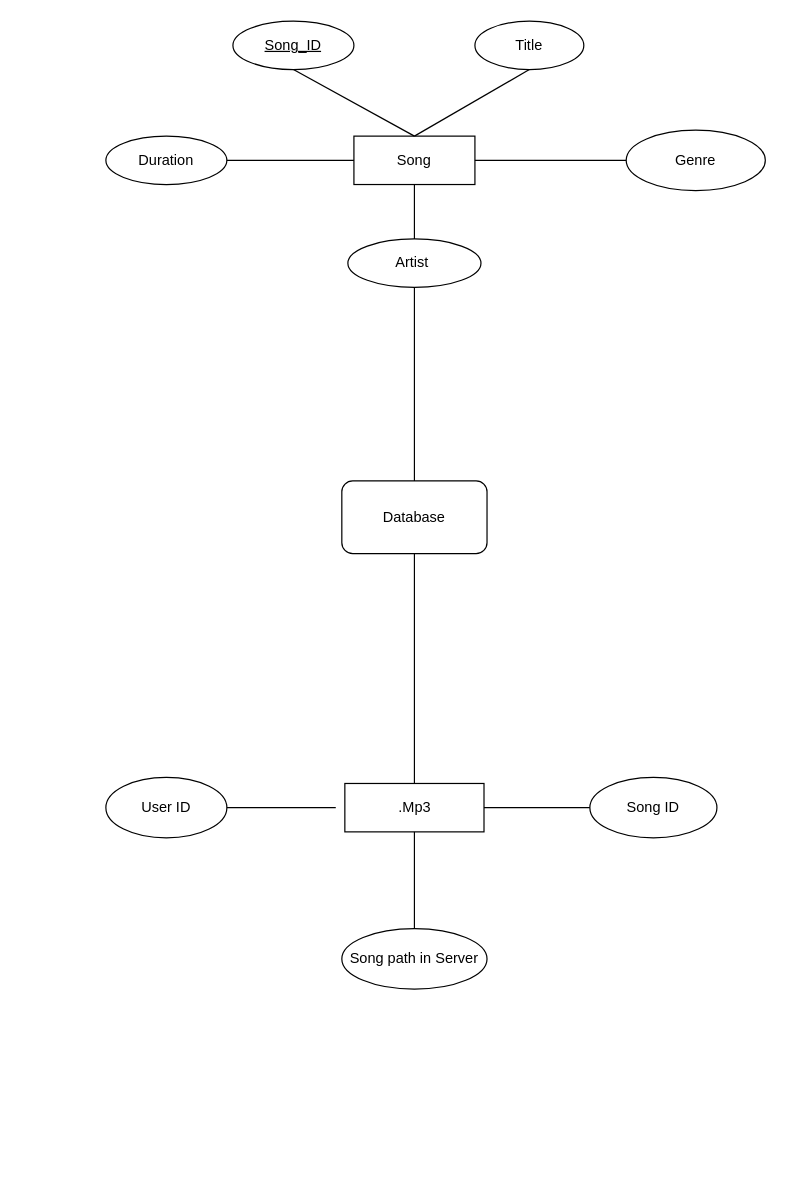
This is er.drawio from FractalCrab/soundly, a draw.io file, before an edit. Source tidied: cells renumbered, new cells numbered last; positions are measured from the earlier drawing's top-left corner, leaving out a move shared by most shapes. Both pictures are drawn from the tidied source at 121%, with x=0, y=0 at pixel (105, 21).
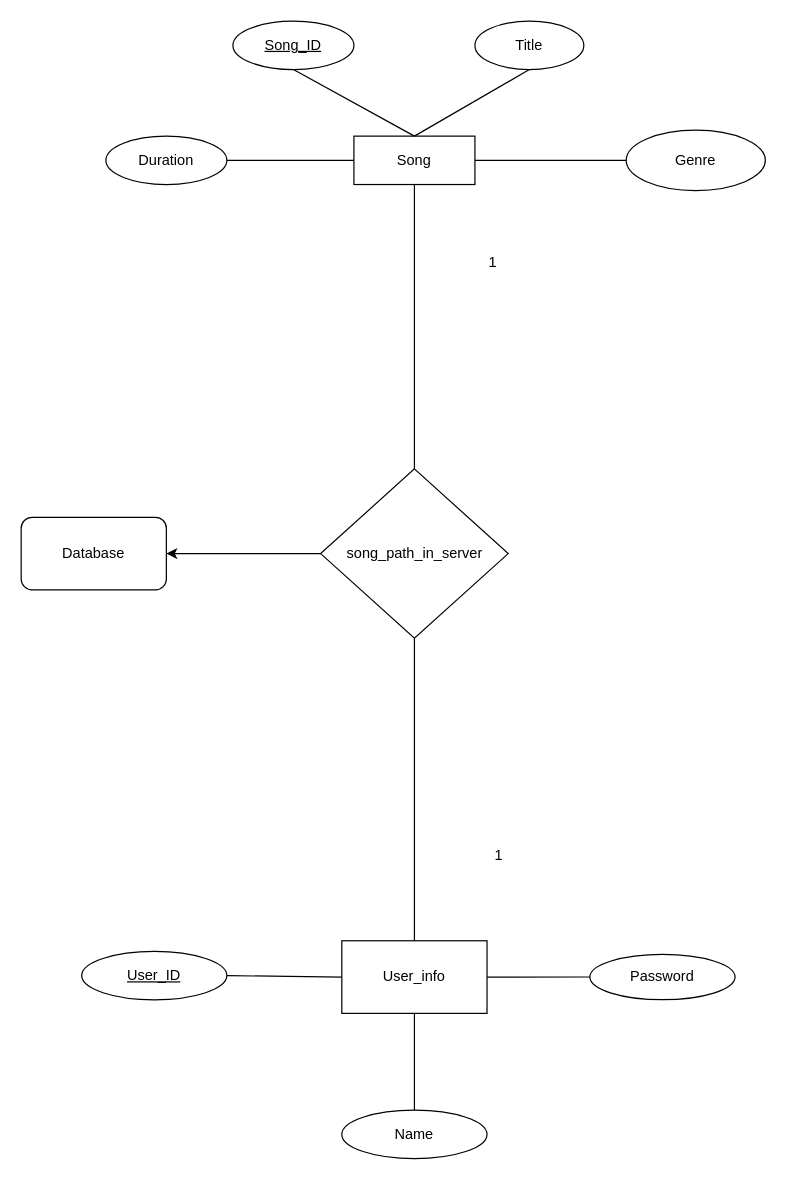
The same page after the edit.

Unchanged cells that the change refers to:
```xml
<mxCell id="2" value="Song&lt;br&gt;" style="whiteSpace=wrap;html=1;align=center;" parent="1" vertex="1">
  <mxGeometry x="205" y="95" width="100" height="40" as="geometry" />
</mxCell>
```

Change to the diagram source:
```diff
@@
-    <mxCell id="6" value="Artist&amp;nbsp;" style="ellipse;whiteSpace=wrap;html=1;" parent="1" vertex="1">
-      <mxGeometry x="200" y="180" width="110" height="40" as="geometry" />
-    </mxCell>
@@
-    <mxCell id="12" style="endArrow=none;html=1;entryX=0.5;entryY=1;entryDx=0;entryDy=0;exitX=0.5;exitY=0;exitDx=0;exitDy=0;" parent="1" edge="1" source="6" target="2">
-      <mxGeometry relative="1" as="geometry" />
+    <mxCell id="12" style="endArrow=none;html=1;entryX=0.5;entryY=1;entryDx=0;entryDy=0;exitX=0.5;exitY=0;exitDx=0;exitDy=0;" parent="1" edge="1" target="2">
+      <mxGeometry relative="1" as="geometry">
+        <mxPoint x="255" y="180" as="sourcePoint" />
+      </mxGeometry>
     </mxCell>
-    <mxCell id="13" value=".Mp3" style="rounded=0;whiteSpace=wrap;html=1;" parent="1" vertex="1">
-      <mxGeometry x="197.5" y="630" width="115" height="40" as="geometry" />
-    </mxCell>
-    <mxCell id="14" value="User ID" style="ellipse;whiteSpace=wrap;html=1;" parent="1" vertex="1">
-      <mxGeometry y="625" width="100" height="50" as="geometry" />
-    </mxCell>
-    <mxCell id="15" value="Song ID" style="ellipse;whiteSpace=wrap;html=1;" parent="1" vertex="1">
-      <mxGeometry x="400" y="625" width="105" height="50" as="geometry" />
-    </mxCell>
-    <mxCell id="16" value="Song path in Server" style="ellipse;whiteSpace=wrap;html=1;" parent="1" vertex="1">
-      <mxGeometry x="195" y="750" width="120" height="50" as="geometry" />
-    </mxCell>
-    <mxCell id="17" style="endArrow=none;html=1;exitX=1;exitY=0.5;exitDx=0;exitDy=0;" parent="1" edge="1" source="14">
-      <mxGeometry relative="1" as="geometry">
-        <mxPoint x="190" y="650" as="targetPoint" />
-      </mxGeometry>
-    </mxCell>
-    <mxCell id="18" style="endArrow=none;html=1;entryX=0.5;entryY=1;entryDx=0;entryDy=0;exitX=0.5;exitY=0;exitDx=0;exitDy=0;" parent="1" edge="1" source="16" target="13">
-      <mxGeometry relative="1" as="geometry" />
-    </mxCell>
-    <mxCell id="19" style="endArrow=none;html=1;entryX=0;entryY=0.5;entryDx=0;entryDy=0;exitX=1;exitY=0.5;exitDx=0;exitDy=0;" parent="1" edge="1" source="13" target="15">
-      <mxGeometry relative="1" as="geometry" />
-    </mxCell>
     <mxCell id="20" value="Database" style="rounded=1;whiteSpace=wrap;html=1;" parent="1" vertex="1">
-      <mxGeometry x="195" y="380" width="120" height="60" as="geometry" />
+      <mxGeometry x="-70" y="410" width="120" height="60" as="geometry" />
     </mxCell>
-    <mxCell id="21" style="endArrow=none;html=1;entryX=0.5;entryY=1;entryDx=0;entryDy=0;exitX=0.5;exitY=0;exitDx=0;exitDy=0;" parent="1" edge="1" source="20" target="6">
-      <mxGeometry relative="1" as="geometry" />
-    </mxCell>
-    <mxCell id="22" style="endArrow=none;html=1;exitX=0.5;exitY=0;exitDx=0;exitDy=0;entryX=0.5;entryY=1;entryDx=0;entryDy=0;" parent="1" edge="1" source="13" target="20">
-      <mxGeometry relative="1" as="geometry" />
-    </mxCell>
+    <mxCell id="23" value="User_info" style="rounded=0;whiteSpace=wrap;html=1;" parent="1" vertex="1">
+      <mxGeometry x="195" y="760" width="120" height="60" as="geometry" />
+    </mxCell>
+    <mxCell id="24" value="&lt;u&gt;User_ID&lt;/u&gt;" style="ellipse;whiteSpace=wrap;html=1;" parent="1" vertex="1">
+      <mxGeometry x="-20" y="768.8" width="120" height="40" as="geometry" />
+    </mxCell>
+    <mxCell id="25" value="Password" style="ellipse;whiteSpace=wrap;html=1;" parent="1" vertex="1">
+      <mxGeometry x="400" y="771.2" width="120" height="37.5" as="geometry" />
+    </mxCell>
+    <mxCell id="26" value="Name" style="ellipse;whiteSpace=wrap;html=1;" parent="1" vertex="1">
+      <mxGeometry x="195" y="900" width="120" height="40" as="geometry" />
+    </mxCell>
+    <mxCell id="27" style="endArrow=none;html=1;entryX=0.5;entryY=1;entryDx=0;entryDy=0;exitX=0.5;exitY=0;exitDx=0;exitDy=0;" parent="1" edge="1" source="26" target="23">
+      <mxGeometry relative="1" as="geometry" />
+    </mxCell>
+    <mxCell id="28" style="endArrow=none;html=1;entryX=1;entryY=0.5;entryDx=0;entryDy=0;exitX=0;exitY=0.5;exitDx=0;exitDy=0;" parent="1" edge="1" source="23" target="24">
+      <mxGeometry relative="1" as="geometry" />
+    </mxCell>
+    <mxCell id="29" style="endArrow=none;html=1;entryX=0;entryY=0.5;entryDx=0;entryDy=0;exitX=1;exitY=0.5;exitDx=0;exitDy=0;" parent="1" edge="1" source="23" target="25">
+      <mxGeometry relative="1" as="geometry" />
+    </mxCell>
+    <mxCell id="30" value="song_path_in_server" style="rhombus;whiteSpace=wrap;html=1;" parent="1" vertex="1">
+      <mxGeometry x="177.5" y="370" width="155" height="140" as="geometry" />
+    </mxCell>
+    <mxCell id="31" style="endArrow=none;html=1;entryX=0.5;entryY=0;entryDx=0;entryDy=0;" parent="1" edge="1" target="30">
+      <mxGeometry relative="1" as="geometry">
+        <mxPoint x="255" y="180" as="sourcePoint" />
+      </mxGeometry>
+    </mxCell>
+    <mxCell id="32" style="endArrow=none;html=1;exitX=0.5;exitY=1;exitDx=0;exitDy=0;entryX=0.5;entryY=0;entryDx=0;entryDy=0;" parent="1" edge="1" source="30" target="23">
+      <mxGeometry relative="1" as="geometry" />
+    </mxCell>
+    <mxCell id="33" value="1&lt;br&gt;" style="text;html=1;strokeColor=none;fillColor=none;align=center;verticalAlign=middle;whiteSpace=wrap;rounded=0;" parent="1" vertex="1">
+      <mxGeometry x="305" y="680" width="40" height="20" as="geometry" />
+    </mxCell>
+    <mxCell id="34" value="1" style="text;html=1;strokeColor=none;fillColor=none;align=center;verticalAlign=middle;whiteSpace=wrap;rounded=0;" parent="1" vertex="1">
+      <mxGeometry x="300" y="190" width="40" height="20" as="geometry" />
+    </mxCell>
+    <mxCell id="35" style="endArrow=classic;html=1;exitX=0;exitY=0.5;exitDx=0;exitDy=0;" parent="1" edge="1" source="30">
+      <mxGeometry relative="1" as="geometry">
+        <mxPoint x="50" y="440" as="targetPoint" />
+      </mxGeometry>
+    </mxCell>
```
